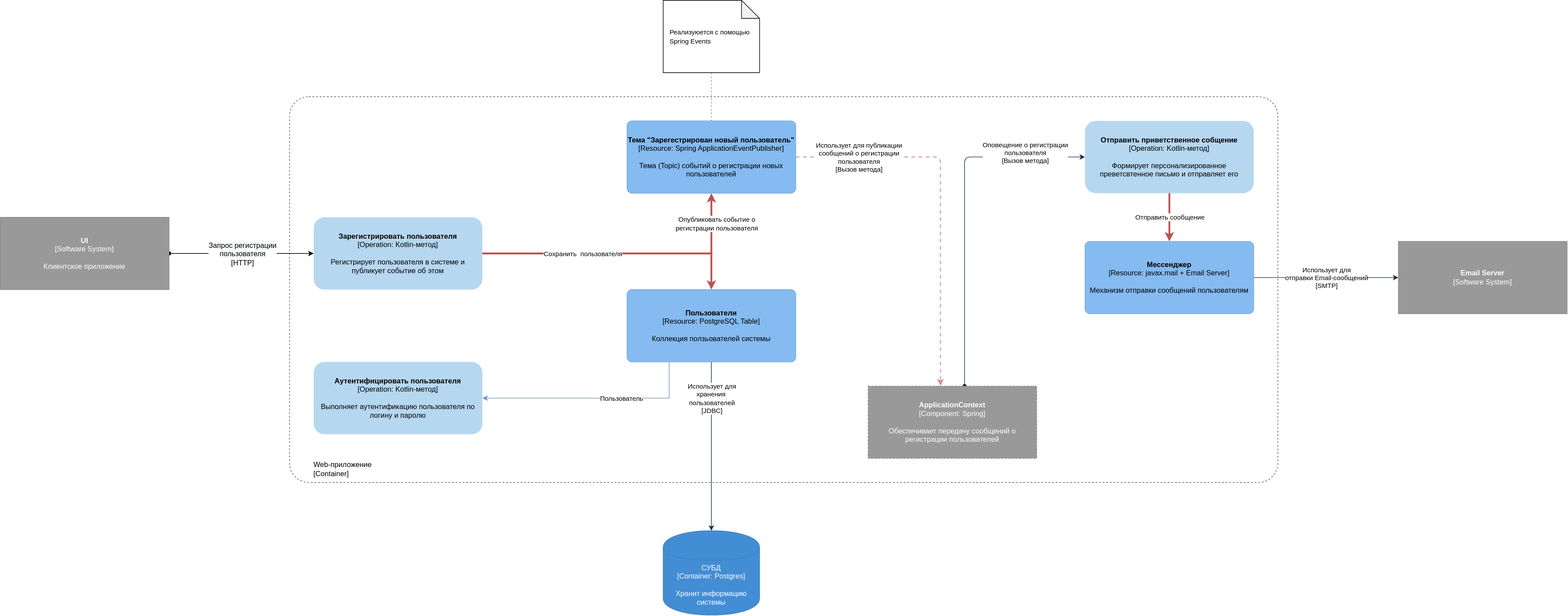
The draw.io diagram azhidkov.pro/content/effects-diagram/images/spec/full-notation-example.svg in d-r-q/developing-ergonomic-code, before a commit. Source tidied: cells renumbered, new cells last; positions are measured from the earlier drawing's top-left corner, leaving out a move shared by most shapes.
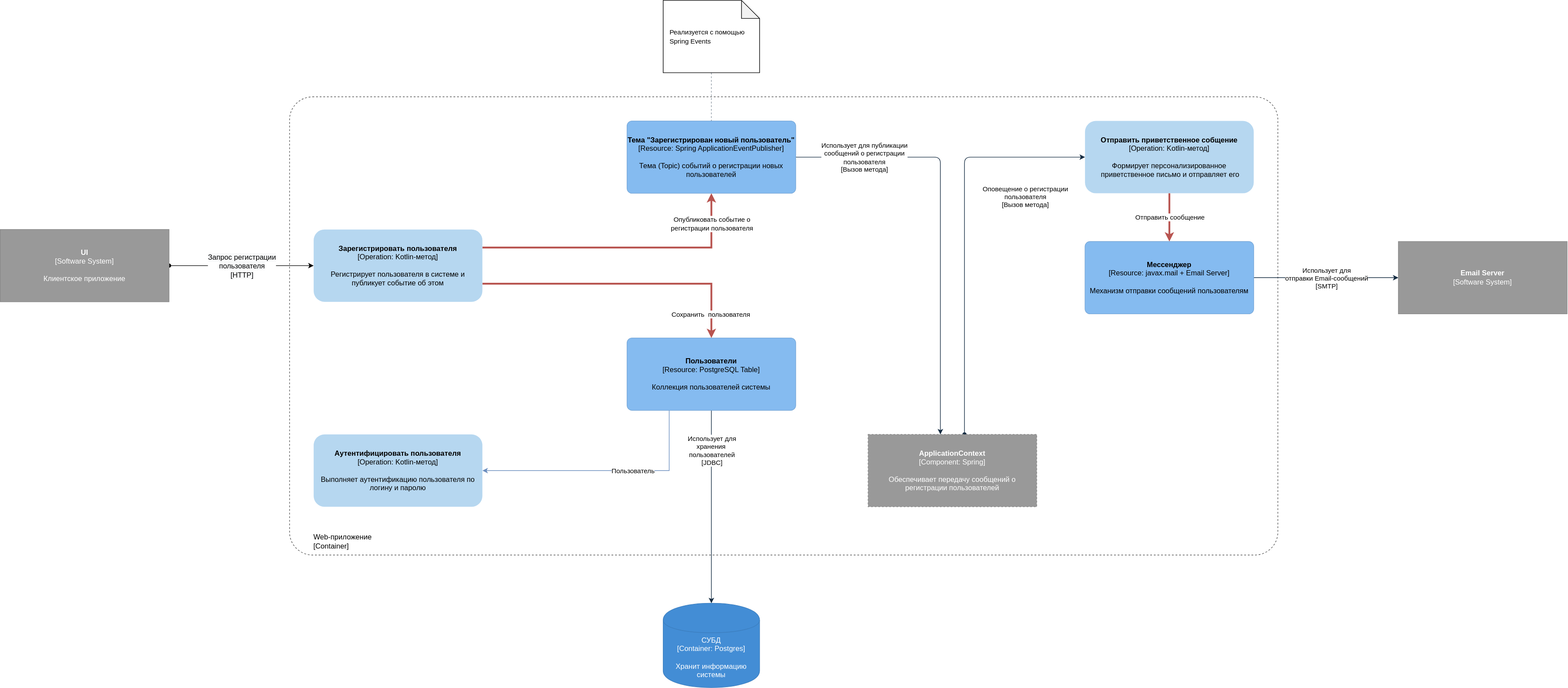
After the commit.

The edit, as a diff of the source:
```diff
@@ -3,7 +3,7 @@
     <mxCell id="0" />
     <mxCell id="1" parent="0" />
     <mxCell id="2" value="Web-приложение&lt;br&gt;[Container]" style="rounded=1;whiteSpace=wrap;html=1;labelBackgroundColor=default;strokeColor=#595959;fillColor=none;dashed=1;shadow=0;glass=0;sketch=0;align=left;verticalAlign=bottom;spacingLeft=38;spacingBottom=5;perimeterSpacing=100;arcSize=5;" parent="1" vertex="1">
-      <mxGeometry x="480" y="160" width="1640" height="640" as="geometry" />
+      <mxGeometry x="480" y="160" width="1640" height="760" as="geometry" />
     </mxCell>
     <mxCell id="3" style="edgeStyle=none;rounded=0;jettySize=auto;html=1;startArrow=oval;startFill=1;" parent="1" edge="1" source="30" target="12">
       <mxGeometry relative="1" as="geometry" />
@@ -13,25 +13,25 @@
         <mxPoint x="67" as="offset" />
       </mxGeometry>
     </mxCell>
-    <mxCell id="5" style="edgeStyle=none;rounded=0;jettySize=auto;html=1;fillColor=#f8cecc;strokeColor=#b85450;strokeWidth=3;" parent="1" edge="1" source="12" target="15">
+    <mxCell id="5" style="edgeStyle=none;rounded=0;jettySize=auto;html=1;fillColor=#f8cecc;strokeColor=#b85450;strokeWidth=3;exitX=1;exitY=0.25;exitDx=0;exitDy=0;" parent="1" edge="1" source="12" target="15">
       <mxGeometry relative="1" as="geometry">
         <Array as="points">
-          <mxPoint x="1180" y="420" />
+          <mxPoint x="1180" y="410" />
         </Array>
       </mxGeometry>
     </mxCell>
     <mxCell id="6" value="Опубликовать событие о&lt;br&gt;регистрации пользователя" style="edgeLabel;html=1;align=center;verticalAlign=middle;rounded=0;" parent="5" vertex="1">
       <mxGeometry x="0.14" relative="1" as="geometry">
-        <mxPoint x="115" y="-50" as="offset" />
+        <mxPoint x="113" y="-40" as="offset" />
       </mxGeometry>
     </mxCell>
     <mxCell id="7" value="Аутентифицировать пользователя&lt;br&gt;&lt;span style=&quot;font-weight: 400&quot;&gt;[Operation: Kotlin-метод]&lt;/span&gt;&lt;br&gt;&lt;br&gt;&lt;span style=&quot;font-weight: normal&quot;&gt;Выполняет аутентификацию пользователя по логину и паролю&lt;/span&gt;" style="rounded=1;whiteSpace=wrap;html=1;fillColor=#B6D7F0;strokeColor=none;fontStyle=1;" parent="1" vertex="1">
-      <mxGeometry x="520" y="600" width="280" height="120" as="geometry" />
+      <mxGeometry x="520" y="720" width="280" height="120" as="geometry" />
     </mxCell>
     <mxCell id="8" style="edgeStyle=none;rounded=0;jettySize=auto;html=1;fillColor=#dae8fc;strokeColor=#6c8ebf;exitX=0.25;exitY=1;exitDx=0;exitDy=0;" parent="1" edge="1" source="18" target="7">
       <mxGeometry relative="1" as="geometry">
         <Array as="points">
-          <mxPoint x="1110" y="660" />
+          <mxPoint x="1110" y="780" />
         </Array>
       </mxGeometry>
     </mxCell>
@@ -40,22 +40,22 @@
         <mxPoint x="56" y="3" as="offset" />
       </mxGeometry>
     </mxCell>
-    <mxCell id="10" style="edgeStyle=none;rounded=0;jettySize=auto;html=1;fillColor=#f8cecc;strokeColor=#b85450;strokeWidth=3;" parent="1" edge="1" source="12" target="18">
+    <mxCell id="10" style="edgeStyle=none;rounded=0;jettySize=auto;html=1;fillColor=#f8cecc;strokeColor=#b85450;strokeWidth=3;exitX=1;exitY=0.75;exitDx=0;exitDy=0;" parent="1" edge="1" source="12" target="18">
       <mxGeometry relative="1" as="geometry">
         <Array as="points">
-          <mxPoint x="1180" y="420" />
+          <mxPoint x="1180" y="470" />
         </Array>
       </mxGeometry>
     </mxCell>
     <mxCell id="11" value="Сохранить&amp;nbsp; пользователя" style="edgeLabel;html=1;align=center;verticalAlign=middle;rounded=0;" parent="10" vertex="1">
       <mxGeometry x="0.14" relative="1" as="geometry">
-        <mxPoint x="-85" as="offset" />
+        <mxPoint x="112" y="50" as="offset" />
       </mxGeometry>
     </mxCell>
     <mxCell id="12" value="Зарегистрировать пользователя&lt;br&gt;&lt;span style=&quot;font-weight: normal&quot;&gt;[Operation: Kotlin-метод]&lt;/span&gt;&lt;br&gt;&lt;br&gt;&lt;span style=&quot;font-weight: normal&quot;&gt;Регистрирует пользователя в системе и публикует событие об этом&lt;/span&gt;" style="rounded=1;whiteSpace=wrap;html=1;fillColor=#B6D7F0;strokeColor=none;fontStyle=1;" parent="1" vertex="1">
-      <mxGeometry x="520" y="360" width="280" height="120" as="geometry" />
+      <mxGeometry x="520" y="380" width="280" height="120" as="geometry" />
     </mxCell>
-    <mxCell id="13" style="edgeStyle=orthogonalEdgeStyle;jettySize=auto;html=1;startArrow=none;startFill=0;endArrow=classic;endFill=1;strokeColor=#B85450;strokeWidth=2;dashed=1;opacity=50;fillColor=#f8cecc;" parent="1" edge="1" source="15" target="29">
+    <mxCell id="13" style="edgeStyle=orthogonalEdgeStyle;jettySize=auto;html=1;startArrow=none;startFill=0;endArrow=classic;endFill=1;strokeColor=#152C42;strokeWidth=1;fillColor=#f8cecc;" parent="1" edge="1" source="15" target="29">
       <mxGeometry relative="1" as="geometry">
         <Array as="points">
           <mxPoint x="1560" y="260" />
@@ -67,7 +67,7 @@
         <mxPoint x="31" y="2" as="offset" />
       </mxGeometry>
     </mxCell>
-    <object id="15" label="&lt;b&gt;Тема &quot;Зарегестрирован новый пользователь&quot;&lt;/b&gt;&lt;br&gt;[Resource: Spring ApplicationEventPublisher]&lt;br&gt;&lt;br&gt;Тема (Topic) событий о регистрации новых пользователей" c4Description="Description" c4Name="name" c4Technology="technology" c4Type="Component" placeholders="1">
+    <object id="15" label="&lt;b&gt;Тема &quot;Зарегистрирован новый пользователь&quot;&lt;/b&gt;&lt;br&gt;[Resource: Spring ApplicationEventPublisher]&lt;br&gt;&lt;br&gt;Тема (Topic) событий о регистрации новых пользователей" c4Description="Description" c4Name="name" c4Technology="technology" c4Type="Component" placeholders="1">
       <mxCell style="rounded=1;whiteSpace=wrap;html=1;labelBackgroundColor=none;fillColor=#85bbf0;fontColor=#000000;align=center;arcSize=7;strokeColor=#78a8d8;" parent="1" vertex="1">
         <mxGeometry x="1040" y="200" width="280" height="120" as="geometry" />
       </mxCell>
@@ -80,12 +80,12 @@
         <mxPoint x="-1" y="29" as="offset" />
       </mxGeometry>
     </mxCell>
-    <object id="18" label="&lt;b&gt;Пользователи&lt;/b&gt;&lt;br&gt;[Resource: PostgreSQL Table]&lt;br&gt;&lt;br&gt;Коллекция ползьователей системы" c4Description="Description" c4Name="name" c4Technology="technology" c4Type="Component" placeholders="1">
+    <object id="18" label="&lt;b&gt;Пользователи&lt;/b&gt;&lt;br&gt;[Resource: PostgreSQL Table]&lt;br&gt;&lt;br&gt;Коллекция пользователей системы" c4Description="Description" c4Name="name" c4Technology="technology" c4Type="Component" placeholders="1">
       <mxCell style="rounded=1;whiteSpace=wrap;html=1;labelBackgroundColor=none;fillColor=#85bbf0;fontColor=#000000;align=center;arcSize=7;strokeColor=#78a8d8;" parent="1" vertex="1">
-        <mxGeometry x="1040" y="480" width="280" height="120" as="geometry" />
+        <mxGeometry x="1040" y="560" width="280" height="120" as="geometry" />
       </mxCell>
     </object>
-    <mxCell id="19" value="Отправить приветственное собщение&lt;br&gt;&lt;span style=&quot;font-weight: 400&quot;&gt;[Operation: Kotlin-метод]&lt;/span&gt;&lt;br&gt;&lt;br&gt;&lt;span style=&quot;font-weight: normal&quot;&gt;Формирует персонализированное преветсвтенное письмо и отправляет его&lt;/span&gt;" style="rounded=1;whiteSpace=wrap;html=1;fillColor=#B6D7F0;strokeColor=none;fontStyle=1;" parent="1" vertex="1">
+    <mxCell id="19" value="Отправить приветственное собщение&lt;br&gt;&lt;span style=&quot;font-weight: 400&quot;&gt;[Operation: Kotlin-метод]&lt;/span&gt;&lt;br&gt;&lt;br&gt;&lt;span style=&quot;font-weight: normal;&quot;&gt;Формирует персонализированное&lt;br&gt;&amp;nbsp;&lt;/span&gt;&lt;span style=&quot;font-weight: 400;&quot;&gt;приветственное&lt;/span&gt;&lt;span style=&quot;font-weight: normal;&quot;&gt;&amp;nbsp;письмо и отправляет его&lt;/span&gt;" style="rounded=1;whiteSpace=wrap;html=1;fillColor=#B6D7F0;strokeColor=none;fontStyle=1;" parent="1" vertex="1">
       <mxGeometry x="1800" y="200" width="280" height="120" as="geometry" />
     </mxCell>
     <mxCell id="20" style="edgeStyle=orthogonalEdgeStyle;jettySize=auto;html=1;startArrow=none;startFill=0;endArrow=classic;endFill=1;strokeColor=#152C42;strokeWidth=1;" parent="1" edge="1" source="22" target="32">
@@ -112,7 +112,7 @@
     <mxCell id="25" style="edgeStyle=orthogonalEdgeStyle;jettySize=auto;html=1;dashed=1;startArrow=none;startFill=0;strokeColor=#152C42;strokeWidth=1;opacity=50;endArrow=none;endFill=0;fillColor=#f5f5f5;" parent="1" edge="1" source="26" target="15">
       <mxGeometry relative="1" as="geometry" />
     </mxCell>
-    <mxCell id="26" value="&lt;span style=&quot;font-size: 11px ; text-align: center ; background-color: rgb(255 , 255 , 255)&quot;&gt;Реализуюется с помощью&lt;/span&gt;&lt;br style=&quot;font-size: 11px ; text-align: center&quot;&gt;&lt;span style=&quot;font-size: 11px ; text-align: center ; background-color: rgb(255 , 255 , 255)&quot;&gt;Spring Events&lt;/span&gt;" style="shape=note;whiteSpace=wrap;html=1;backgroundOutline=1;darkOpacity=0.05;align=left;spacingLeft=9;" parent="1" vertex="1">
+    <mxCell id="26" value="&lt;span style=&quot;font-size: 11px ; text-align: center ; background-color: rgb(255 , 255 , 255)&quot;&gt;Реализуется с помощью&lt;/span&gt;&lt;br style=&quot;font-size: 11px ; text-align: center&quot;&gt;&lt;span style=&quot;font-size: 11px ; text-align: center ; background-color: rgb(255 , 255 , 255)&quot;&gt;Spring Events&lt;/span&gt;" style="shape=note;whiteSpace=wrap;html=1;backgroundOutline=1;darkOpacity=0.05;align=left;spacingLeft=9;" parent="1" vertex="1">
       <mxGeometry x="1100" width="160" height="120" as="geometry" />
     </mxCell>
     <mxCell id="27" style="edgeStyle=orthogonalEdgeStyle;jettySize=auto;html=1;startArrow=oval;startFill=1;endArrow=classic;endFill=1;strokeColor=#152C42;strokeWidth=1;" parent="1" edge="1" source="29" target="19">
@@ -129,17 +129,17 @@
     </mxCell>
     <object id="29" label="&lt;b&gt;ApplicationContext&lt;/b&gt;&lt;br&gt;&lt;div&gt;[Component: Spring&lt;span&gt;]&lt;/span&gt;&lt;/div&gt;&lt;div&gt;&lt;br&gt;&lt;/div&gt;&lt;div&gt;Обеспечивает передачу сообщений о регистрации пользователей&lt;/div&gt;" c4Description="Description" c4Name="name" c4Technology="technology" c4Type="Component" placeholders="1">
       <mxCell style="rounded=0;whiteSpace=wrap;html=1;labelBackgroundColor=none;fillColor=#999999;fontColor=#ffffff;align=center;arcSize=7;strokeColor=#8a8a8a;shadow=0;glass=0;dashed=1;sketch=0;" parent="1" vertex="1">
-        <mxGeometry x="1440" y="640" width="280" height="120" as="geometry" />
+        <mxGeometry x="1440" y="720" width="280" height="120" as="geometry" />
       </mxCell>
     </object>
     <object id="30" label="&lt;b&gt;UI&lt;/b&gt;&lt;br&gt;&lt;div&gt;[Software System]&lt;/div&gt;&lt;div&gt;&lt;br&gt;&lt;/div&gt;&lt;div&gt;Клиентское приложение&lt;/div&gt;" c4Description="Description" c4Name="name" c4Type="SoftwareSystemDependency" placeholders="1">
       <mxCell style="rounded=0;whiteSpace=wrap;html=1;labelBackgroundColor=none;fillColor=#999999;fontColor=#ffffff;align=center;arcSize=7;strokeColor=#8a8a8a;" parent="1" vertex="1">
-        <mxGeometry y="360" width="280" height="120" as="geometry" />
+        <mxGeometry y="380" width="280" height="120" as="geometry" />
       </mxCell>
     </object>
     <object id="31" label="СУБД&lt;br&gt;&lt;div&gt;[Container: Postgres]&lt;/div&gt;&lt;div&gt;&lt;br&gt;&lt;/div&gt;&lt;div&gt;Хранит информацию системы&lt;/div&gt;" c4Description="Description" c4Technology="technology" c4Type="Database" placeholders="1">
       <mxCell style="shape=cylinder;whiteSpace=wrap;html=1;boundedLbl=1;rounded=0;labelBackgroundColor=none;fillColor=#438dd5;fontSize=12;fontColor=#ffffff;align=center;strokeColor=#3c7fc0;" parent="1" vertex="1">
-        <mxGeometry x="1100" y="880" width="160" height="140" as="geometry" />
+        <mxGeometry x="1100" y="1000" width="160" height="140" as="geometry" />
       </mxCell>
     </object>
     <object id="32" label="&lt;b&gt;Email Server&lt;/b&gt;&lt;br&gt;&lt;div&gt;[Software System]&lt;/div&gt;" c4Description="Description" c4Name="name" c4Type="SoftwareSystemDependency" placeholders="1">
```
